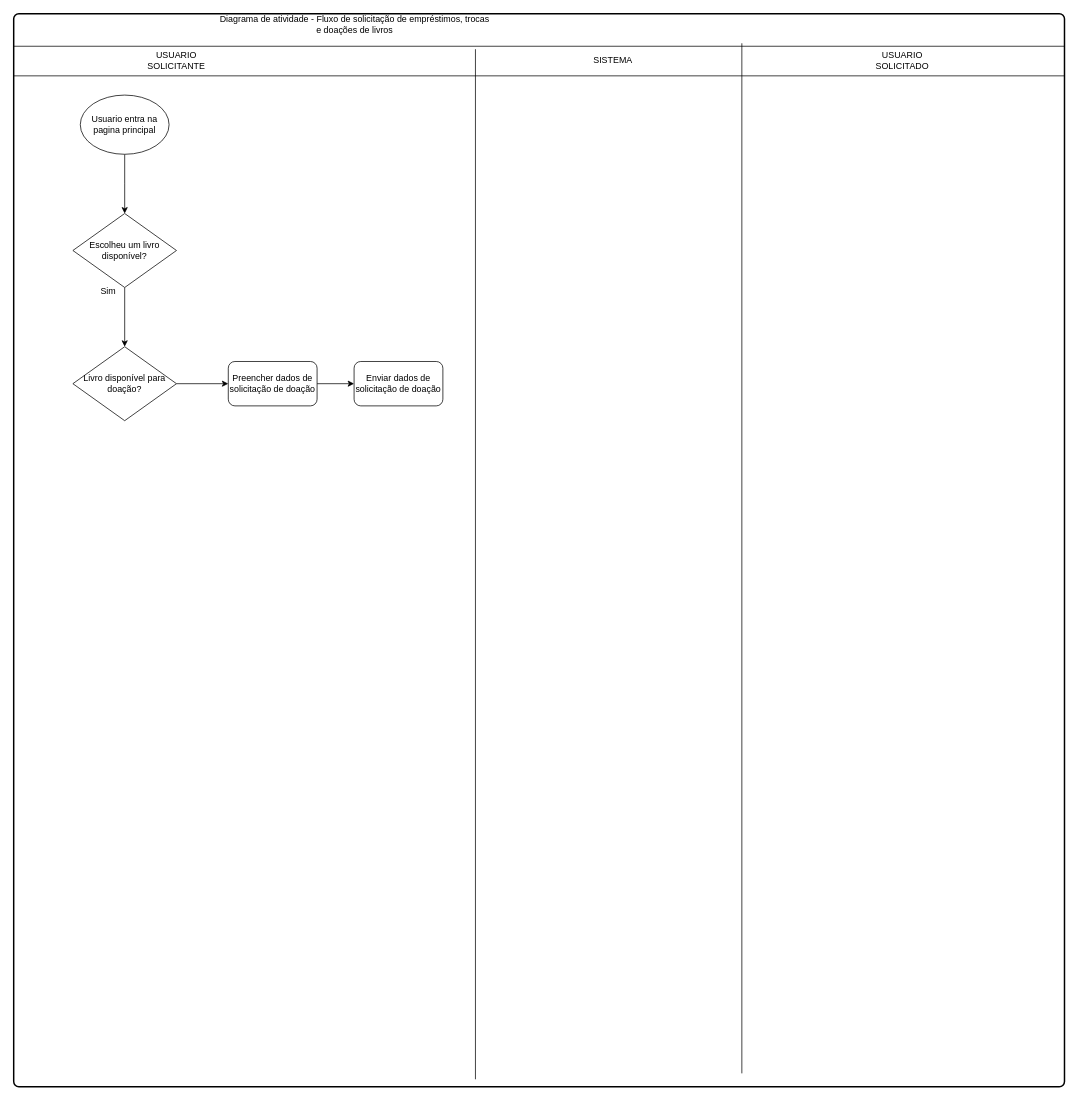
Earlier version of the draw.io diagram page "Diagrama_Atividade_Solicitar_livro" (4 of 4) of Diagramas/Diagramas.drawio (Raphael0305/Fatec-PI). Source tidied: cells renumbered, new cells numbered last; positions are measured from the earlier drawing's top-left corner, leaving out a move shared by most shapes. Both pictures are drawn from the tidied source at 74%, with x=0, y=0 at pixel (13, 13).
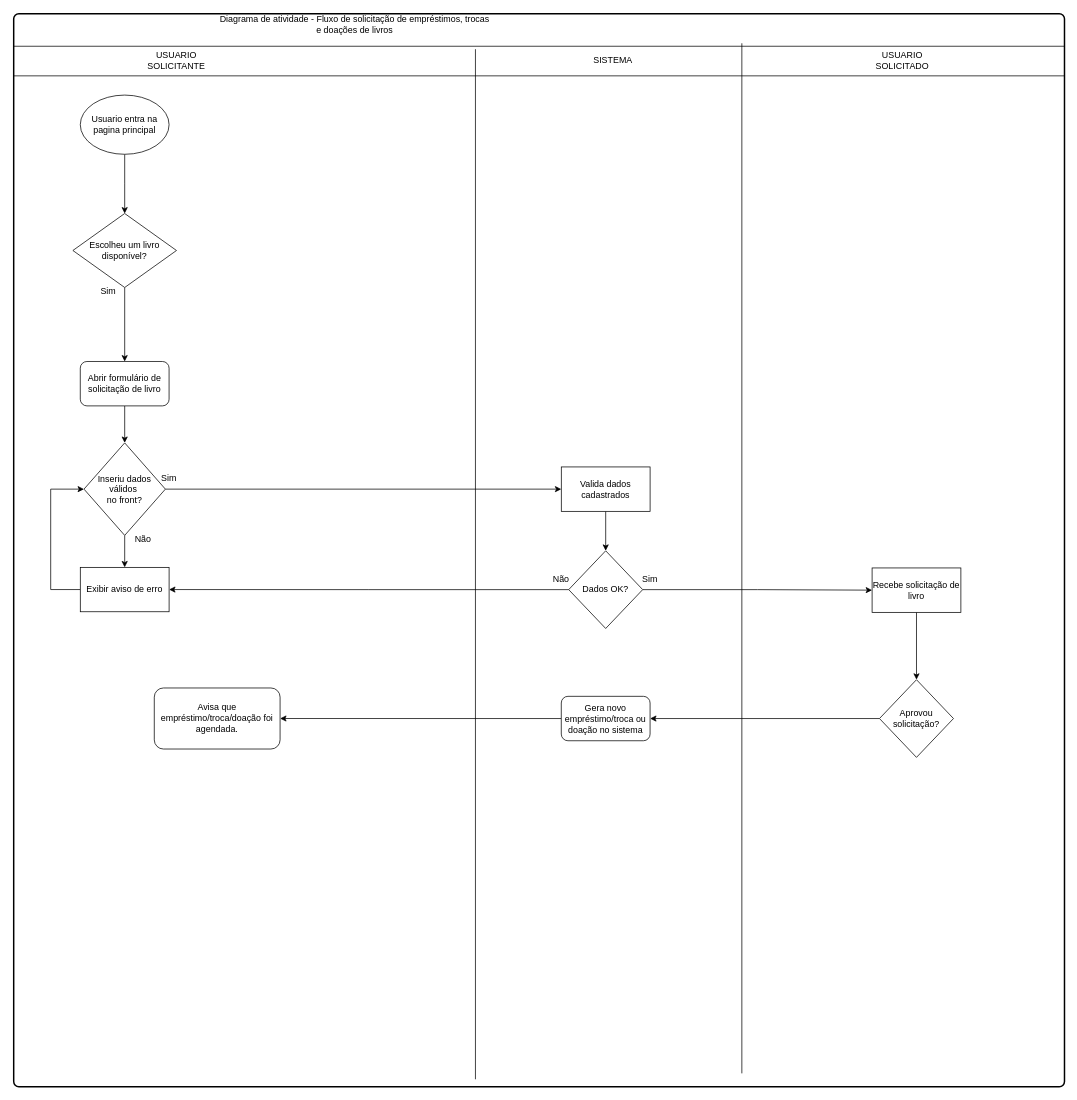
The same diagram, later.

Unchanged cells that the change refers to:
```xml
<mxCell id="12" value="Escolheu um livro disponível?" style="rhombus;whiteSpace=wrap;html=1;" parent="1" vertex="1">
  <mxGeometry x="80" y="270" width="140" height="100" as="geometry" />
</mxCell>
```

Diff of the diagram source:
```diff
@@
-    <mxCell id="11" style="edgeStyle=orthogonalEdgeStyle;rounded=0;jettySize=auto;html=1;exitX=0.5;exitY=1;exitDx=0;exitDy=0;" parent="1" edge="1" source="12" target="14">
+    <mxCell id="11" style="edgeStyle=orthogonalEdgeStyle;rounded=0;jettySize=auto;html=1;exitX=0.5;exitY=1;exitDx=0;exitDy=0;entryX=0.5;entryY=0;entryDx=0;entryDy=0;" parent="1" edge="1" source="12" target="18">
       <mxGeometry relative="1" as="geometry" />
     </mxCell>
@@
-    <mxCell id="13" style="edgeStyle=orthogonalEdgeStyle;rounded=0;jettySize=auto;html=1;exitX=1;exitY=0.5;exitDx=0;exitDy=0;entryX=0;entryY=0.5;entryDx=0;entryDy=0;" parent="1" edge="1" source="14" target="18">
-      <mxGeometry relative="1" as="geometry" />
-    </mxCell>
-    <mxCell id="14" value="Livro disponível para doação?" style="rhombus;whiteSpace=wrap;html=1;" parent="1" vertex="1">
-      <mxGeometry x="80" y="450" width="140" height="100" as="geometry" />
-    </mxCell>
@@
-    <mxCell id="16" value="Enviar dados de solicitação de doação" style="rounded=1;whiteSpace=wrap;html=1;" parent="1" vertex="1">
-      <mxGeometry x="460" y="470" width="120" height="60" as="geometry" />
-    </mxCell>
-    <mxCell id="17" style="edgeStyle=orthogonalEdgeStyle;rounded=0;jettySize=auto;html=1;exitX=1;exitY=0.5;exitDx=0;exitDy=0;entryX=0;entryY=0.5;entryDx=0;entryDy=0;" parent="1" edge="1" source="18" target="16">
-      <mxGeometry relative="1" as="geometry" />
-    </mxCell>
+    <mxCell id="21" style="edgeStyle=orthogonalEdgeStyle;rounded=0;jettySize=auto;html=1;entryX=0.5;entryY=0;entryDx=0;entryDy=0;" parent="1" edge="1" source="18" target="24">
+      <mxGeometry relative="1" as="geometry" />
+    </mxCell>
-    <mxCell id="18" value="Preencher dados de solicitação de doação" style="rounded=1;whiteSpace=wrap;html=1;" parent="1" vertex="1">
-      <mxGeometry x="290" y="470" width="120" height="60" as="geometry" />
+    <mxCell id="18" value="Abrir formulário de solicitação de livro" style="rounded=1;whiteSpace=wrap;html=1;" parent="1" vertex="1">
+      <mxGeometry x="90" y="470" width="120" height="60" as="geometry" />
     </mxCell>
@@
+    <mxCell id="22" style="edgeStyle=orthogonalEdgeStyle;rounded=0;jettySize=auto;html=1;exitX=1;exitY=0.5;exitDx=0;exitDy=0;entryX=0;entryY=0.5;entryDx=0;entryDy=0;" parent="1" edge="1" source="24" target="27">
+      <mxGeometry relative="1" as="geometry" />
+    </mxCell>
+    <mxCell id="23" style="edgeStyle=orthogonalEdgeStyle;rounded=0;jettySize=auto;html=1;exitX=0.5;exitY=1;exitDx=0;exitDy=0;entryX=0.5;entryY=0;entryDx=0;entryDy=0;" parent="1" edge="1" source="24" target="32">
+      <mxGeometry relative="1" as="geometry" />
+    </mxCell>
+    <mxCell id="24" value="Inseriu dados válidos&amp;nbsp;&lt;div&gt;no front?&lt;/div&gt;" style="rhombus;whiteSpace=wrap;html=1;" parent="1" vertex="1">
+      <mxGeometry x="95" y="580" width="110" height="125" as="geometry" />
+    </mxCell>
+    <mxCell id="25" value="Sim" style="text;html=1;align=center;verticalAlign=middle;whiteSpace=wrap;rounded=0;" parent="1" vertex="1">
+      <mxGeometry x="180" y="612.5" width="60" height="30" as="geometry" />
+    </mxCell>
+    <mxCell id="26" style="edgeStyle=orthogonalEdgeStyle;rounded=0;jettySize=auto;html=1;exitX=0.5;exitY=1;exitDx=0;exitDy=0;entryX=0.5;entryY=0;entryDx=0;entryDy=0;" parent="1" edge="1" source="27" target="30">
+      <mxGeometry relative="1" as="geometry" />
+    </mxCell>
+    <mxCell id="27" value="Valida dados cadastrados" style="rounded=0;whiteSpace=wrap;html=1;" parent="1" vertex="1">
+      <mxGeometry x="740" y="612.5" width="120" height="60" as="geometry" />
+    </mxCell>
+    <mxCell id="28" style="edgeStyle=orthogonalEdgeStyle;rounded=0;jettySize=auto;html=1;exitX=0;exitY=0.5;exitDx=0;exitDy=0;" parent="1" edge="1" source="30" target="32">
+      <mxGeometry relative="1" as="geometry" />
+    </mxCell>
+    <mxCell id="29" style="edgeStyle=orthogonalEdgeStyle;rounded=0;jettySize=auto;html=1;exitX=1;exitY=0.5;exitDx=0;exitDy=0;entryX=0;entryY=0.5;entryDx=0;entryDy=0;" parent="1" edge="1" source="30" target="36">
+      <mxGeometry relative="1" as="geometry" />
+    </mxCell>
+    <mxCell id="30" value="Dados OK?" style="rhombus;whiteSpace=wrap;html=1;" parent="1" vertex="1">
+      <mxGeometry x="750" y="725.8" width="100" height="105" as="geometry" />
+    </mxCell>
+    <mxCell id="31" style="edgeStyle=orthogonalEdgeStyle;rounded=0;jettySize=auto;html=1;exitX=0;exitY=0.5;exitDx=0;exitDy=0;entryX=0;entryY=0.5;entryDx=0;entryDy=0;" parent="1" edge="1" source="32" target="24">
+      <mxGeometry relative="1" as="geometry">
+        <Array as="points">
+          <mxPoint x="50" y="779" />
+          <mxPoint x="50" y="642" />
+        </Array>
+      </mxGeometry>
+    </mxCell>
+    <mxCell id="32" value="Exibir aviso de erro" style="rounded=0;whiteSpace=wrap;html=1;" parent="1" vertex="1">
+      <mxGeometry x="90" y="748.2" width="120" height="60" as="geometry" />
+    </mxCell>
+    <mxCell id="33" value="Não" style="text;html=1;align=center;verticalAlign=middle;whiteSpace=wrap;rounded=0;" parent="1" vertex="1">
+      <mxGeometry x="145" y="695.8" width="60" height="30" as="geometry" />
+    </mxCell>
+    <mxCell id="34" value="Não" style="text;html=1;align=center;verticalAlign=middle;whiteSpace=wrap;rounded=0;" parent="1" vertex="1">
+      <mxGeometry x="710" y="750" width="60" height="30" as="geometry" />
+    </mxCell>
+    <mxCell id="35" style="edgeStyle=orthogonalEdgeStyle;rounded=0;jettySize=auto;html=1;exitX=0.5;exitY=1;exitDx=0;exitDy=0;entryX=0.5;entryY=0;entryDx=0;entryDy=0;" parent="1" edge="1" source="36" target="38">
+      <mxGeometry relative="1" as="geometry" />
+    </mxCell>
+    <mxCell id="36" value="Recebe solicitação de livro" style="rounded=0;whiteSpace=wrap;html=1;" parent="1" vertex="1">
+      <mxGeometry x="1160" y="749" width="120" height="60" as="geometry" />
+    </mxCell>
+    <mxCell id="37" style="edgeStyle=orthogonalEdgeStyle;rounded=0;jettySize=auto;html=1;exitX=0;exitY=0.5;exitDx=0;exitDy=0;entryX=1;entryY=0.5;entryDx=0;entryDy=0;" parent="1" edge="1" source="38" target="40">
+      <mxGeometry relative="1" as="geometry" />
+    </mxCell>
+    <mxCell id="38" value="Aprovou solicitação?" style="rhombus;whiteSpace=wrap;html=1;" parent="1" vertex="1">
+      <mxGeometry x="1170" y="900" width="100" height="105" as="geometry" />
+    </mxCell>
+    <mxCell id="39" style="edgeStyle=orthogonalEdgeStyle;rounded=0;jettySize=auto;html=1;exitX=0;exitY=0.5;exitDx=0;exitDy=0;entryX=1;entryY=0.5;entryDx=0;entryDy=0;" parent="1" edge="1" source="40" target="42">
+      <mxGeometry relative="1" as="geometry" />
+    </mxCell>
+    <mxCell id="40" value="Gera novo empréstimo/troca ou doação no sistema" style="rounded=1;whiteSpace=wrap;html=1;" parent="1" vertex="1">
+      <mxGeometry x="740" y="922.5" width="120" height="60" as="geometry" />
+    </mxCell>
+    <mxCell id="41" value="Sim" style="text;html=1;align=center;verticalAlign=middle;whiteSpace=wrap;rounded=0;" parent="1" vertex="1">
+      <mxGeometry x="830" y="750" width="60" height="30" as="geometry" />
+    </mxCell>
+    <mxCell id="42" value="Avisa que empréstimo/troca/doação foi agendada." style="rounded=1;whiteSpace=wrap;html=1;" parent="1" vertex="1">
+      <mxGeometry x="190" y="911.2" width="170" height="82.5" as="geometry" />
+    </mxCell>
```
